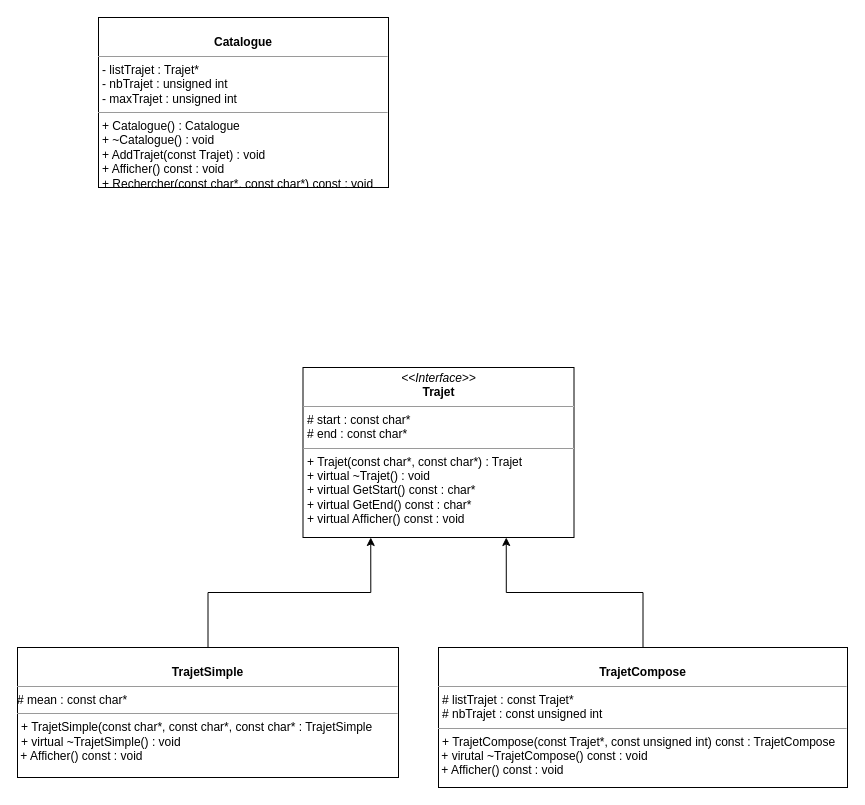
The draw.io diagram Docs/UML.drawio in QuentindeA/TP2_CPP, before the edit. Source tidied: cells renumbered, new cells numbered last; positions are measured from the earlier drawing's top-left corner, leaving out a move shared by most shapes. Both pictures are drawn from the tidied source at 100%, with x=0, y=0 at pixel (17, 17).
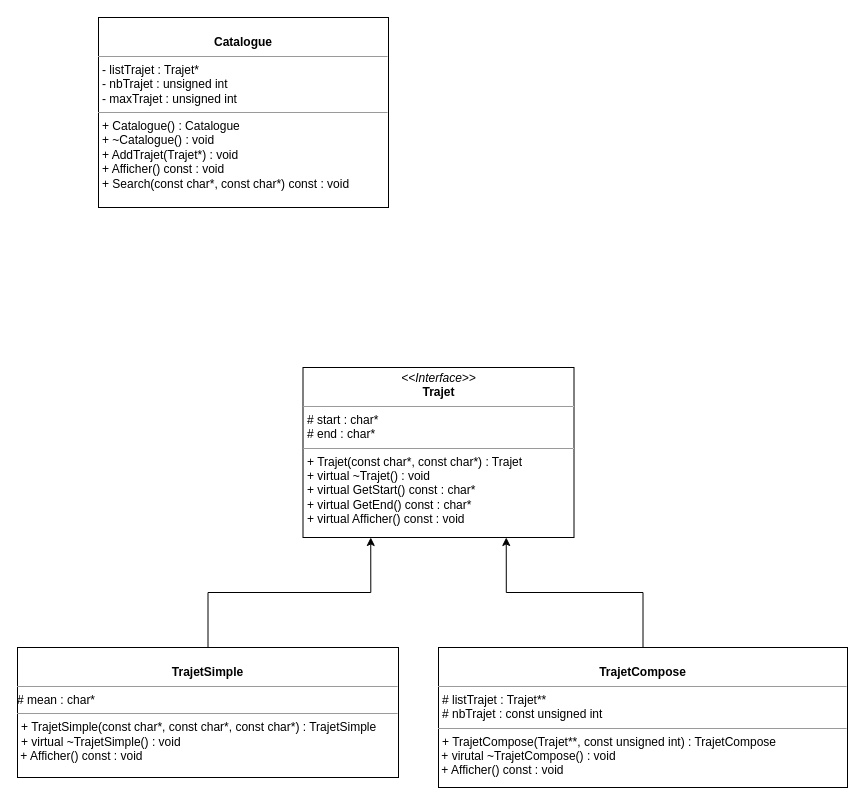
Above is the later version.

Diff of the diagram source:
```diff
@@
 <mxGraphModel background="#ffffff">
   <root>
     <mxCell id="0" />
     <mxCell id="1" parent="0" />
-    <mxCell id="2" value="&lt;p style=&quot;margin: 0px ; margin-top: 4px ; text-align: center&quot;&gt;&lt;i&gt;&amp;lt;&amp;lt;Interface&amp;gt;&amp;gt;&lt;/i&gt;&lt;br&gt;&lt;b&gt;Trajet&lt;/b&gt;&lt;/p&gt;&lt;hr size=&quot;1&quot;&gt;&lt;p style=&quot;margin: 0px ; margin-left: 4px&quot;&gt;# start : const char*&lt;br&gt;# end : const char*&lt;/p&gt;&lt;hr size=&quot;1&quot;&gt;&lt;p style=&quot;margin: 0px ; margin-left: 4px&quot;&gt;+ Trajet(const char*, const char*) : Trajet&lt;/p&gt;&lt;p style=&quot;margin: 0px ; margin-left: 4px&quot;&gt;+ virtual ~Trajet() : void&lt;br&gt;&lt;/p&gt;&lt;p style=&quot;margin: 0px ; margin-left: 4px&quot;&gt;+ virtual GetStart() const : char*&lt;br&gt;+ virtual GetEnd() const : char*&lt;/p&gt;&lt;p style=&quot;margin: 0px ; margin-left: 4px&quot;&gt;+ virtual Afficher() const : void&lt;br&gt;&lt;/p&gt;" style="verticalAlign=top;align=left;overflow=fill;fontSize=12;fontFamily=Helvetica;html=1;rounded=0;shadow=0;comic=0;labelBackgroundColor=none;strokeWidth=1;" parent="1" vertex="1">
+    <mxCell id="2" value="&lt;p style=&quot;margin: 0px ; margin-top: 4px ; text-align: center&quot;&gt;&lt;i&gt;&amp;lt;&amp;lt;Interface&amp;gt;&amp;gt;&lt;/i&gt;&lt;br&gt;&lt;b&gt;Trajet&lt;/b&gt;&lt;/p&gt;&lt;hr size=&quot;1&quot;&gt;&lt;p style=&quot;margin: 0px ; margin-left: 4px&quot;&gt;# start : char*&lt;br&gt;# end : char*&lt;/p&gt;&lt;hr size=&quot;1&quot;&gt;&lt;p style=&quot;margin: 0px ; margin-left: 4px&quot;&gt;+ Trajet(const char*, const char*) : Trajet&lt;/p&gt;&lt;p style=&quot;margin: 0px ; margin-left: 4px&quot;&gt;+ virtual ~Trajet() : void&lt;br&gt;&lt;/p&gt;&lt;p style=&quot;margin: 0px ; margin-left: 4px&quot;&gt;+ virtual GetStart() const : char*&lt;br&gt;+ virtual GetEnd() const : char*&lt;/p&gt;&lt;p style=&quot;margin: 0px ; margin-left: 4px&quot;&gt;+ virtual Afficher() const : void&lt;br&gt;&lt;/p&gt;" style="verticalAlign=top;align=left;overflow=fill;fontSize=12;fontFamily=Helvetica;html=1;rounded=0;shadow=0;comic=0;labelBackgroundColor=none;strokeWidth=1;" parent="1" vertex="1">
       <mxGeometry x="285.5" y="350" width="271" height="170" as="geometry" />
     </mxCell>
     <mxCell id="3" style="edgeStyle=orthogonalEdgeStyle;rounded=0;jettySize=auto;html=1;entryX=0.25;entryY=1;entryDx=0;entryDy=0;" parent="1" edge="1" source="4" target="2">
       <mxGeometry relative="1" as="geometry" />
     </mxCell>
-    <mxCell id="4" value="&lt;p style=&quot;margin: 0px ; margin-top: 4px ; text-align: center&quot;&gt;&lt;br&gt;&lt;b&gt;TrajetSimple&lt;/b&gt;&lt;/p&gt;&lt;hr size=&quot;1&quot;&gt;&lt;div&gt;# mean : const char*&lt;/div&gt;&lt;hr size=&quot;1&quot;&gt;&lt;div&gt;&lt;p style=&quot;margin: 0px ; margin-left: 4px&quot;&gt;+ TrajetSimple(const char*, const char*, const char* : TrajetSimple&lt;/p&gt;&lt;p style=&quot;margin: 0px ; margin-left: 4px&quot;&gt;+ virtual ~TrajetSimple() : void&lt;/p&gt;&lt;/div&gt;&lt;div&gt;&amp;nbsp;+ Afficher() const : void&lt;/div&gt;&lt;div&gt;&lt;br&gt;&lt;/div&gt;&lt;div&gt;&lt;br&gt;&lt;/div&gt;&lt;div&gt;&lt;br&gt;&lt;/div&gt;&lt;div&gt;&lt;br&gt;&lt;/div&gt;&lt;div&gt;&lt;br&gt;&lt;/div&gt;&lt;div&gt;&lt;br&gt;&lt;/div&gt;&lt;div&gt;&lt;br&gt;&lt;/div&gt;&lt;div&gt;&lt;br&gt;&lt;/div&gt;&lt;div&gt;&lt;br&gt;&lt;/div&gt;&lt;div&gt;&lt;br&gt;&lt;/div&gt;&lt;div&gt;&lt;br&gt;&lt;/div&gt;&lt;div&gt;&lt;br&gt;&lt;/div&gt;&lt;hr size=&quot;1&quot;&gt;" style="verticalAlign=top;align=left;overflow=fill;fontSize=12;fontFamily=Helvetica;html=1;rounded=0;shadow=0;comic=0;labelBackgroundColor=none;strokeWidth=1;" parent="1" vertex="1">
+    <mxCell id="4" value="&lt;p style=&quot;margin: 0px ; margin-top: 4px ; text-align: center&quot;&gt;&lt;br&gt;&lt;b&gt;TrajetSimple&lt;/b&gt;&lt;/p&gt;&lt;hr size=&quot;1&quot;&gt;&lt;div&gt;# mean : char*&lt;/div&gt;&lt;hr size=&quot;1&quot;&gt;&lt;div&gt;&lt;p style=&quot;margin: 0px ; margin-left: 4px&quot;&gt;+ TrajetSimple(const char*, const char*, const char*) : TrajetSimple&lt;/p&gt;&lt;p style=&quot;margin: 0px ; margin-left: 4px&quot;&gt;+ virtual ~TrajetSimple() : void&lt;/p&gt;&lt;/div&gt;&lt;div&gt;&amp;nbsp;+ Afficher() const : void&lt;/div&gt;&lt;div&gt;&lt;br&gt;&lt;/div&gt;&lt;div&gt;&lt;br&gt;&lt;/div&gt;&lt;div&gt;&lt;br&gt;&lt;/div&gt;&lt;div&gt;&lt;br&gt;&lt;/div&gt;&lt;div&gt;&lt;br&gt;&lt;/div&gt;&lt;div&gt;&lt;br&gt;&lt;/div&gt;&lt;div&gt;&lt;br&gt;&lt;/div&gt;&lt;div&gt;&lt;br&gt;&lt;/div&gt;&lt;div&gt;&lt;br&gt;&lt;/div&gt;&lt;div&gt;&lt;br&gt;&lt;/div&gt;&lt;div&gt;&lt;br&gt;&lt;/div&gt;&lt;div&gt;&lt;br&gt;&lt;/div&gt;&lt;hr size=&quot;1&quot;&gt;" style="verticalAlign=top;align=left;overflow=fill;fontSize=12;fontFamily=Helvetica;html=1;rounded=0;shadow=0;comic=0;labelBackgroundColor=none;strokeWidth=1;" parent="1" vertex="1">
       <mxGeometry y="630" width="381" height="130" as="geometry" />
     </mxCell>
     <mxCell id="5" style="edgeStyle=orthogonalEdgeStyle;rounded=0;jettySize=auto;html=1;entryX=0.75;entryY=1;entryDx=0;entryDy=0;" parent="1" edge="1" source="6" target="2">
       <mxGeometry relative="1" as="geometry" />
     </mxCell>
-    <mxCell id="6" value="&lt;p style=&quot;margin: 0px ; margin-top: 4px ; text-align: center&quot;&gt;&lt;br&gt;&lt;b&gt;TrajetCompose&lt;/b&gt;&lt;/p&gt;&lt;hr size=&quot;1&quot;&gt;&lt;p style=&quot;margin: 0px ; margin-left: 4px&quot;&gt;# listTrajet : const Trajet*&lt;br&gt;&lt;/p&gt;&lt;p style=&quot;margin: 0px ; margin-left: 4px&quot;&gt;# nbTrajet : const unsigned int&lt;br&gt;&lt;/p&gt;&lt;hr size=&quot;1&quot;&gt;&lt;div&gt;&lt;p style=&quot;margin: 0px ; margin-left: 4px&quot;&gt;+ TrajetCompose(const Trajet*, const unsigned int) const : TrajetCompose&lt;/p&gt;&lt;/div&gt;&lt;div&gt;&amp;nbsp;+ virutal ~TrajetCompose() const : void &lt;br&gt;&lt;/div&gt;&lt;div&gt;&amp;nbsp;+ Afficher() const : void&lt;/div&gt;&lt;div&gt;&lt;br&gt;&lt;/div&gt;" style="verticalAlign=top;align=left;overflow=fill;fontSize=12;fontFamily=Helvetica;html=1;rounded=0;shadow=0;comic=0;labelBackgroundColor=none;strokeWidth=1;" parent="1" vertex="1">
+    <mxCell id="6" value="&lt;p style=&quot;margin: 0px ; margin-top: 4px ; text-align: center&quot;&gt;&lt;br&gt;&lt;b&gt;TrajetCompose&lt;/b&gt;&lt;/p&gt;&lt;hr size=&quot;1&quot;&gt;&lt;p style=&quot;margin: 0px ; margin-left: 4px&quot;&gt;# listTrajet : Trajet**&lt;br&gt;&lt;/p&gt;&lt;p style=&quot;margin: 0px ; margin-left: 4px&quot;&gt;# nbTrajet : const unsigned int&lt;br&gt;&lt;/p&gt;&lt;hr size=&quot;1&quot;&gt;&lt;div&gt;&lt;p style=&quot;margin: 0px ; margin-left: 4px&quot;&gt;+ TrajetCompose(Trajet**, const unsigned int) : TrajetCompose&lt;/p&gt;&lt;/div&gt;&lt;div&gt;&amp;nbsp;+ virutal ~TrajetCompose() : void &lt;br&gt;&lt;/div&gt;&lt;div&gt;&amp;nbsp;+ Afficher() const : void&lt;/div&gt;&lt;div&gt;&lt;br&gt;&lt;/div&gt;" style="verticalAlign=top;align=left;overflow=fill;fontSize=12;fontFamily=Helvetica;html=1;rounded=0;shadow=0;comic=0;labelBackgroundColor=none;strokeWidth=1;" parent="1" vertex="1">
       <mxGeometry x="421" y="630" width="409" height="140" as="geometry" />
     </mxCell>
-    <mxCell id="7" value="&lt;p style=&quot;margin: 0px ; margin-top: 4px ; text-align: center&quot;&gt;&lt;br&gt;&lt;b&gt;Catalogue&lt;/b&gt;&lt;/p&gt;&lt;hr size=&quot;1&quot;&gt;&lt;p style=&quot;margin: 0px ; margin-left: 4px&quot;&gt;- listTrajet : Trajet*&lt;/p&gt;&lt;p style=&quot;margin: 0px ; margin-left: 4px&quot;&gt;- nbTrajet : unsigned int&lt;br&gt;&lt;/p&gt;&lt;p style=&quot;margin: 0px ; margin-left: 4px&quot;&gt;- maxTrajet : unsigned int&lt;/p&gt;&lt;hr size=&quot;1&quot;&gt;&lt;p style=&quot;margin: 0px ; margin-left: 4px&quot;&gt;+ Catalogue() : Catalogue&lt;/p&gt;&lt;p style=&quot;margin: 0px ; margin-left: 4px&quot;&gt;+ ~Catalogue() : void&lt;/p&gt;&lt;p style=&quot;margin: 0px ; margin-left: 4px&quot;&gt;+ AddTrajet(const Trajet) : void&lt;br&gt;&lt;/p&gt;&lt;p style=&quot;margin: 0px ; margin-left: 4px&quot;&gt;+ Afficher() const : void&lt;/p&gt;&lt;p style=&quot;margin: 0px ; margin-left: 4px&quot;&gt;+ Rechercher(const char*, const char*) const : void&lt;br&gt;&lt;/p&gt;" style="verticalAlign=top;align=left;overflow=fill;fontSize=12;fontFamily=Helvetica;html=1;rounded=0;shadow=0;comic=0;labelBackgroundColor=none;strokeWidth=1;" parent="1" vertex="1">
-      <mxGeometry x="81" width="290" height="170" as="geometry" />
+    <mxCell id="7" value="&lt;p style=&quot;margin: 0px ; margin-top: 4px ; text-align: center&quot;&gt;&lt;br&gt;&lt;b&gt;Catalogue&lt;/b&gt;&lt;/p&gt;&lt;hr size=&quot;1&quot;&gt;&lt;p style=&quot;margin: 0px ; margin-left: 4px&quot;&gt;- listTrajet : Trajet*&lt;/p&gt;&lt;p style=&quot;margin: 0px ; margin-left: 4px&quot;&gt;- nbTrajet : unsigned int&lt;br&gt;&lt;/p&gt;&lt;p style=&quot;margin: 0px ; margin-left: 4px&quot;&gt;- maxTrajet : unsigned int&lt;/p&gt;&lt;hr size=&quot;1&quot;&gt;&lt;p style=&quot;margin: 0px ; margin-left: 4px&quot;&gt;+ Catalogue() : Catalogue&lt;/p&gt;&lt;p style=&quot;margin: 0px ; margin-left: 4px&quot;&gt;+ ~Catalogue() : void&lt;/p&gt;&lt;p style=&quot;margin: 0px ; margin-left: 4px&quot;&gt;+ AddTrajet(Trajet*) : void&lt;br&gt;&lt;/p&gt;&lt;p style=&quot;margin: 0px ; margin-left: 4px&quot;&gt;+ Afficher() const : void&lt;/p&gt;&lt;p style=&quot;margin: 0px ; margin-left: 4px&quot;&gt;+ Search(const char*, const char*) const : void&lt;br&gt;&lt;/p&gt;" style="verticalAlign=top;align=left;overflow=fill;fontSize=12;fontFamily=Helvetica;html=1;rounded=0;shadow=0;comic=0;labelBackgroundColor=none;strokeWidth=1;" parent="1" vertex="1">
+      <mxGeometry x="81" width="290" height="190" as="geometry" />
     </mxCell>
   </root>
 </mxGraphModel>
```
